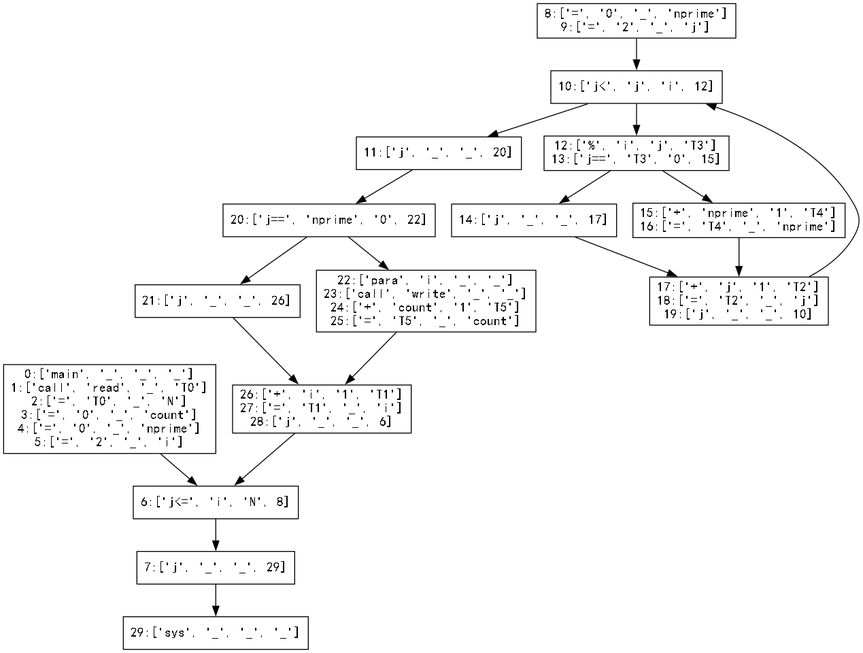
The Graphviz diagram Basic_Block/basic_block.gv.png in hutao99/compiler, before a commit. Its source is kept beside it as Basic_Block/basic_block.gv.
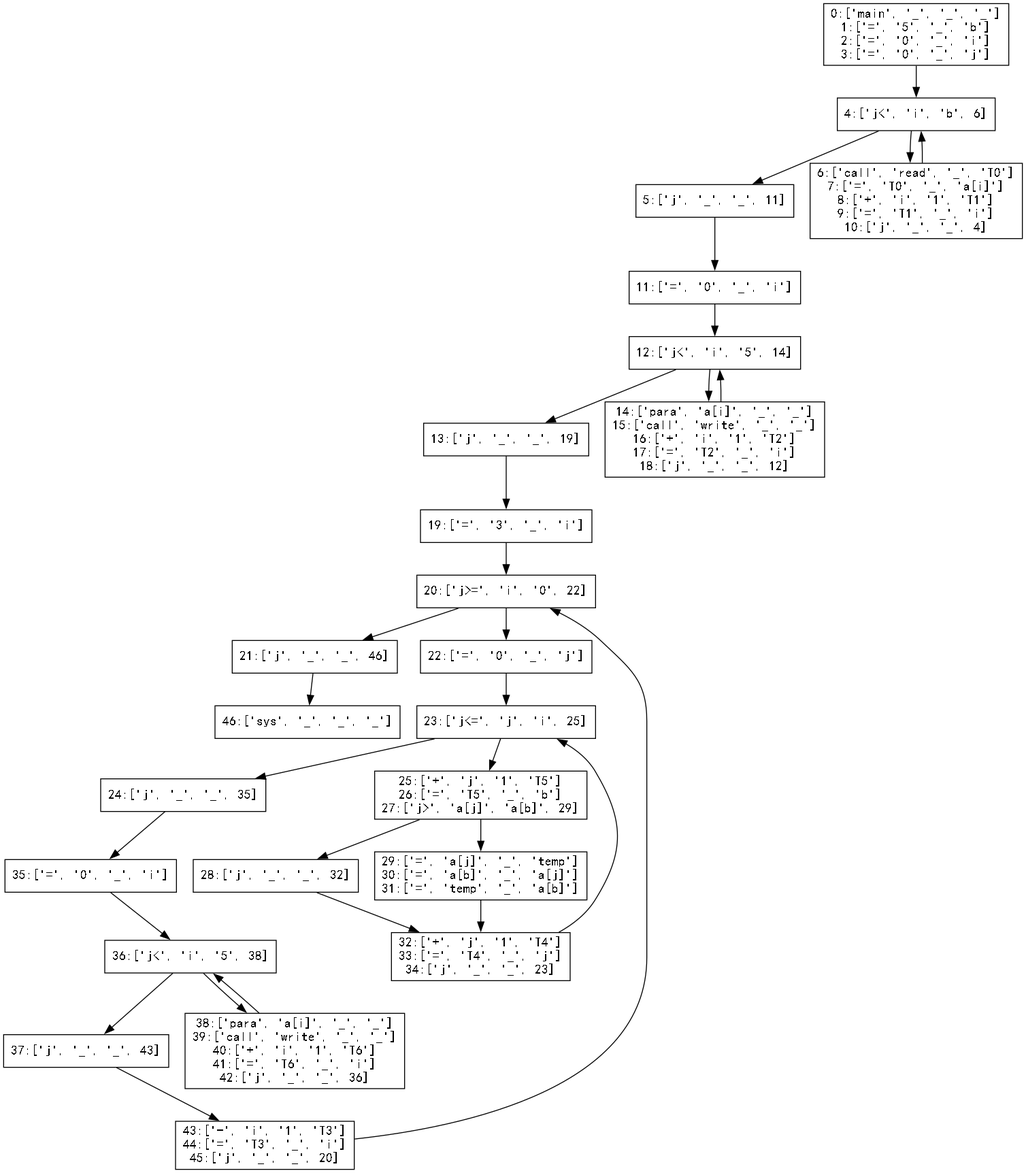
Later version of the same file.

Commit message:
陈瑞:修改测试用例 并且新添测试用例 DAG加入count2 = len(code) - count

Diff of the diagram source:
```diff
@@ -1,64 +1,102 @@
 digraph "./Basic_Block/basic_block" {
 	0 [label="0:['main', '_', '_', '_']
-1:['call', 'read', '_', 'T0']
-2:['=', 'T0', '_', 'N']
-3:['=', '0', '_', 'count']
-4:['=', '0', '_', 'nprime']
-5:['=', '2', '_', 'i']
+1:['=', '5', '_', 'b']
+2:['=', '0', '_', 'i']
+3:['=', '0', '_', 'j']
 " fontname=SimHei shape=rectangle]
-	1 [label="6:['j<=', 'i', 'N', 8]
+	1 [label="4:['j<', 'i', 'b', 6]
 " fontname=SimHei shape=rectangle]
-	2 [label="7:['j', '_', '_', 29]
+	2 [label="5:['j', '_', '_', 11]
 " fontname=SimHei shape=rectangle]
-	3 [label="8:['=', '0', '_', 'nprime']
-9:['=', '2', '_', 'j']
+	3 [label="6:['call', 'read', '_', 'T0']
+7:['=', 'T0', '_', 'a[i]']
+8:['+', 'i', '1', 'T1']
+9:['=', 'T1', '_', 'i']
+10:['j', '_', '_', 4]
 " fontname=SimHei shape=rectangle]
-	4 [label="10:['j<', 'j', 'i', 12]
+	4 [label="11:['=', '0', '_', 'i']
 " fontname=SimHei shape=rectangle]
-	5 [label="11:['j', '_', '_', 20]
+	5 [label="12:['j<', 'i', '5', 14]
 " fontname=SimHei shape=rectangle]
-	6 [label="12:['%', 'i', 'j', 'T3']
-13:['j==', 'T3', '0', 15]
+	6 [label="13:['j', '_', '_', 19]
 " fontname=SimHei shape=rectangle]
-	7 [label="14:['j', '_', '_', 17]
+	7 [label="14:['para', 'a[i]', '_', '_']
+15:['call', 'write', '_', '_']
+16:['+', 'i', '1', 'T2']
+17:['=', 'T2', '_', 'i']
+18:['j', '_', '_', 12]
 " fontname=SimHei shape=rectangle]
-	8 [label="15:['+', 'nprime', '1', 'T4']
-16:['=', 'T4', '_', 'nprime']
+	8 [label="19:['=', '3', '_', 'i']
 " fontname=SimHei shape=rectangle]
-	9 [label="17:['+', 'j', '1', 'T2']
-18:['=', 'T2', '_', 'j']
-19:['j', '_', '_', 10]
+	9 [label="20:['j>=', 'i', '0', 22]
 " fontname=SimHei shape=rectangle]
-	10 [label="20:['j==', 'nprime', '0', 22]
+	10 [label="21:['j', '_', '_', 46]
 " fontname=SimHei shape=rectangle]
-	11 [label="21:['j', '_', '_', 26]
+	11 [label="22:['=', '0', '_', 'j']
 " fontname=SimHei shape=rectangle]
-	12 [label="22:['para', 'i', '_', '_']
-23:['call', 'write', '_', '_']
-24:['+', 'count', '1', 'T5']
-25:['=', 'T5', '_', 'count']
+	12 [label="23:['j<=', 'j', 'i', 25]
 " fontname=SimHei shape=rectangle]
-	13 [label="26:['+', 'i', '1', 'T1']
-27:['=', 'T1', '_', 'i']
-28:['j', '_', '_', 6]
+	13 [label="24:['j', '_', '_', 35]
 " fontname=SimHei shape=rectangle]
-	14 [label="29:['sys', '_', '_', '_']
+	14 [label="25:['+', 'j', '1', 'T5']
+26:['=', 'T5', '_', 'b']
+27:['j>', 'a[j]', 'a[b]', 29]
+" fontname=SimHei shape=rectangle]
+	15 [label="28:['j', '_', '_', 32]
+" fontname=SimHei shape=rectangle]
+	16 [label="29:['=', 'a[j]', '_', 'temp']
+30:['=', 'a[b]', '_', 'a[j]']
+31:['=', 'temp', '_', 'a[b]']
+" fontname=SimHei shape=rectangle]
+	17 [label="32:['+', 'j', '1', 'T4']
+33:['=', 'T4', '_', 'j']
+34:['j', '_', '_', 23]
+" fontname=SimHei shape=rectangle]
+	18 [label="35:['=', '0', '_', 'i']
+" fontname=SimHei shape=rectangle]
+	19 [label="36:['j<', 'i', '5', 38]
+" fontname=SimHei shape=rectangle]
+	20 [label="37:['j', '_', '_', 43]
+" fontname=SimHei shape=rectangle]
+	21 [label="38:['para', 'a[i]', '_', '_']
+39:['call', 'write', '_', '_']
+40:['+', 'i', '1', 'T6']
+41:['=', 'T6', '_', 'i']
+42:['j', '_', '_', 36]
+" fontname=SimHei shape=rectangle]
+	22 [label="43:['-', 'i', '1', 'T3']
+44:['=', 'T3', '_', 'i']
+45:['j', '_', '_', 20]
+" fontname=SimHei shape=rectangle]
+	23 [label="46:['sys', '_', '_', '_']
 " fontname=SimHei shape=rectangle]
 	0 -> 1
+	1 -> 3
 	1 -> 2
-	2 -> 14
-	3 -> 4
-	4 -> 6
+	2 -> 4
+	3 -> 1
 	4 -> 5
-	5 -> 10
+	5 -> 7
+	5 -> 6
 	6 -> 8
-	6 -> 7
-	7 -> 9
+	7 -> 5
 	8 -> 9
-	9 -> 4
-	10 -> 12
-	10 -> 11
-	11 -> 13
+	9 -> 11
+	9 -> 10
+	10 -> 23
+	11 -> 12
+	12 -> 14
 	12 -> 13
-	13 -> 1
+	13 -> 18
+	14 -> 16
+	14 -> 15
+	15 -> 17
+	16 -> 17
+	17 -> 12
+	18 -> 19
+	19 -> 21
+	19 -> 20
+	20 -> 22
+	21 -> 19
+	22 -> 9
 }
```
